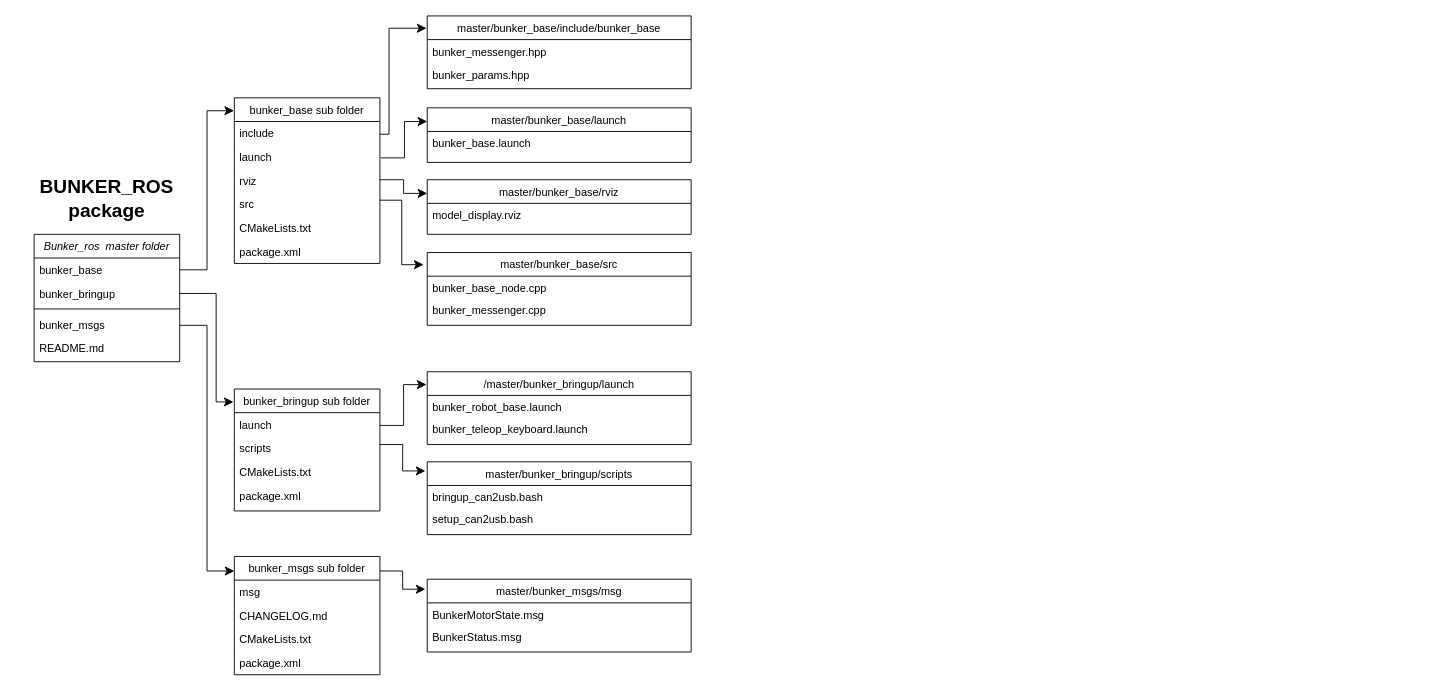
This is Untitled Diagram.drawio from ditodamaru/datapoint, a draw.io file, before an edit. Source tidied: cells renumbered, new cells numbered last; positions are measured from the earlier drawing's top-left corner, leaving out a move shared by most shapes. Both pictures are drawn from the tidied source at 91%, with x=0, y=0 at pixel (15, 15).
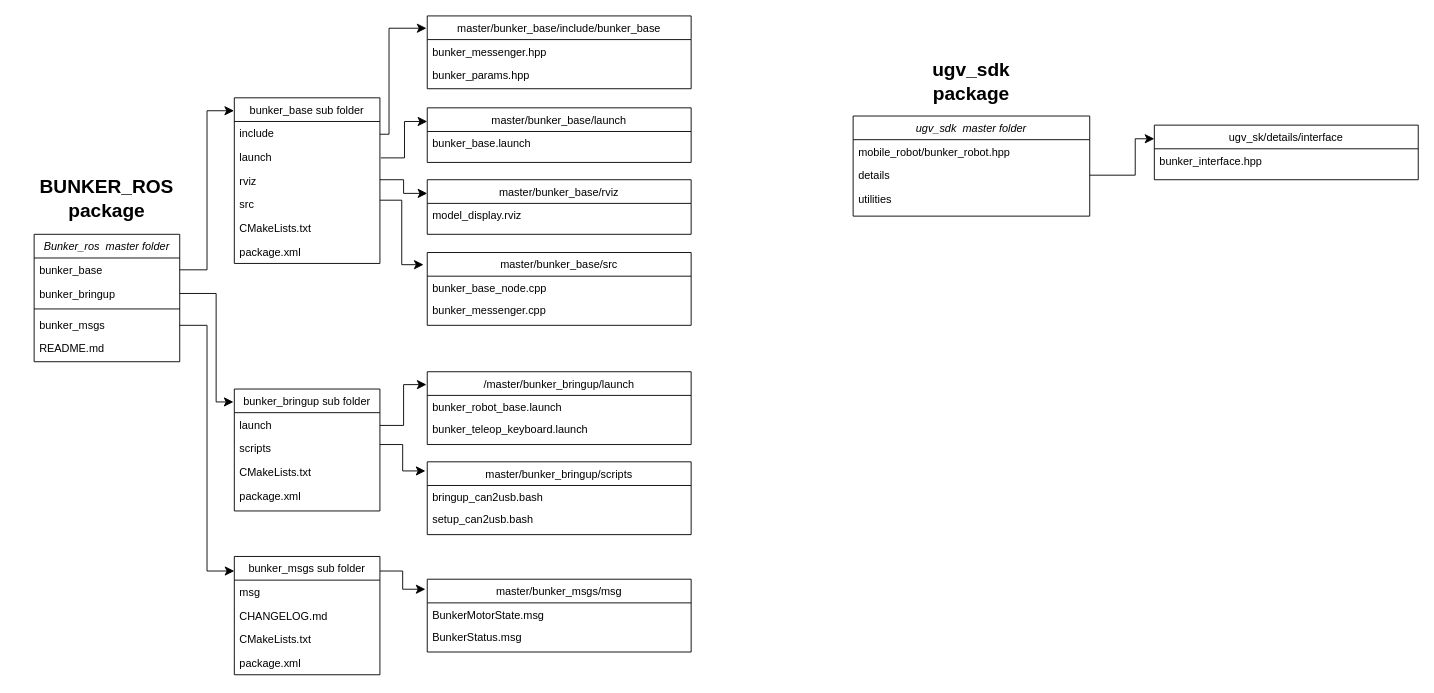
After the change.

The edit, as a diff of the source:
```diff
@@
+    <mxCell id="55" value="ugv_sdk  master folder" style="swimlane;fontStyle=2;align=center;verticalAlign=top;horizontal=1;startSize=26;rounded=0;shadow=0;strokeWidth=1;" parent="1" vertex="1">
+      <mxGeometry x="920" y="110" width="260" height="110" as="geometry" />
+    </mxCell>
+    <mxCell id="56" value="mobile_robot/bunker_robot.hpp" style="text;align=left;verticalAlign=top;spacingLeft=4;spacingRight=4;overflow=hidden;rounded=0;shadow=0;html=0;strokeWidth=3;" parent="55" vertex="1">
+      <mxGeometry y="26" width="260" height="26" as="geometry" />
+    </mxCell>
+    <mxCell id="57" value="details" style="text;align=left;verticalAlign=top;spacingLeft=4;spacingRight=4;overflow=hidden;points=[[0,0.5],[1,0.5]];portConstraint=eastwest;rounded=0;shadow=0;html=0;" parent="55" vertex="1">
+      <mxGeometry y="52" width="260" height="26" as="geometry" />
+    </mxCell>
+    <mxCell id="58" value="utilities" style="text;align=left;verticalAlign=top;spacingLeft=4;spacingRight=4;overflow=hidden;" parent="55" vertex="1">
+      <mxGeometry y="78" width="260" height="26" as="geometry" />
+    </mxCell>
+    <mxCell id="59" value="&lt;div&gt;&lt;b&gt;&lt;font style=&quot;font-size: 21px;&quot;&gt;ugv_sdk&lt;/font&gt;&lt;/b&gt;&lt;/div&gt;&lt;div&gt;&lt;b&gt;&lt;font style=&quot;font-size: 21px;&quot;&gt;package&lt;/font&gt;&lt;/b&gt;&lt;/div&gt;" style="text;strokeColor=none;fillColor=none;html=1;align=center;verticalAlign=middle;whiteSpace=wrap;rounded=0;fontSize=16;" parent="1" vertex="1">
+      <mxGeometry x="920" y="42" width="260" height="59" as="geometry" />
+    </mxCell>
+    <mxCell id="60" value="ugv_sk/details/interface" style="swimlane;fontStyle=0;align=center;verticalAlign=top;horizontal=1;startSize=26;rounded=0;shadow=0;strokeWidth=1;" parent="1" vertex="1">
+      <mxGeometry x="1251" y="120" width="290" height="60" as="geometry" />
+    </mxCell>
+    <mxCell id="61" value="bunker_interface.hpp" style="text;align=left;verticalAlign=top;spacingLeft=4;spacingRight=4;overflow=hidden;" parent="60" vertex="1">
+      <mxGeometry y="26" width="290" height="26" as="geometry" />
+    </mxCell>
+    <mxCell id="62" style="edgeStyle=elbowEdgeStyle;elbow=horizontal;endArrow=classic;html=1;curved=0;rounded=0;endSize=8;startSize=8;fontSize=12;entryX=0;entryY=0.25;entryDx=0;entryDy=0;exitX=1;exitY=0.5;exitDx=0;exitDy=0;" parent="1" edge="1" source="57" target="60">
+      <mxGeometry relative="1" as="geometry">
+        <Array as="points">
+          <mxPoint x="1230" y="160" />
+        </Array>
+      </mxGeometry>
+    </mxCell>
```
